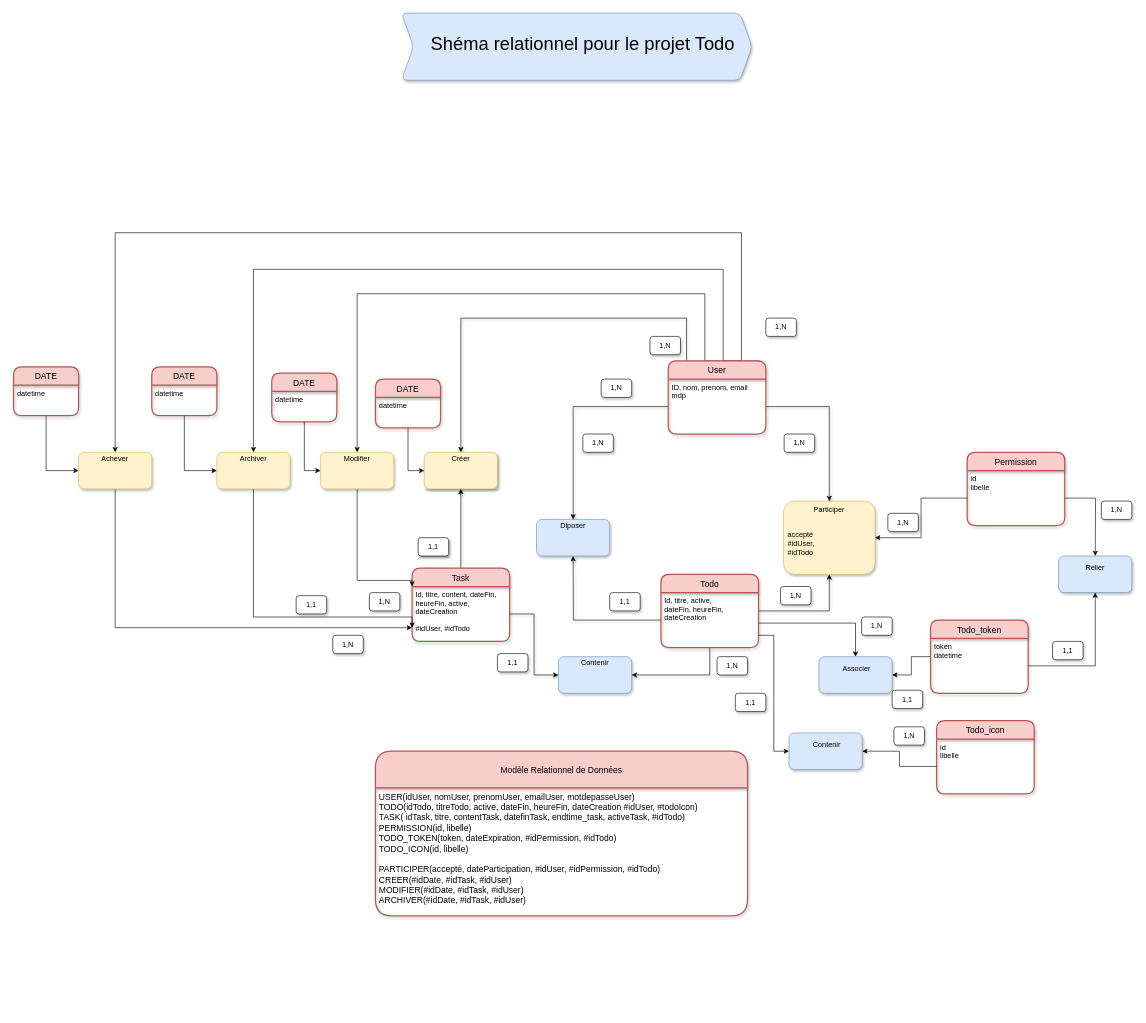
This is public/assets/todo_diagramBDD.drawio from BaptisteLecat/Todo, a draw.io file, before an edit. Source tidied: cells renumbered, new cells numbered last; positions are measured from the earlier drawing's top-left corner, leaving out a move shared by most shapes. Both pictures are drawn from the tidied source at 61%, with x=0, y=0 at pixel (13, 13).
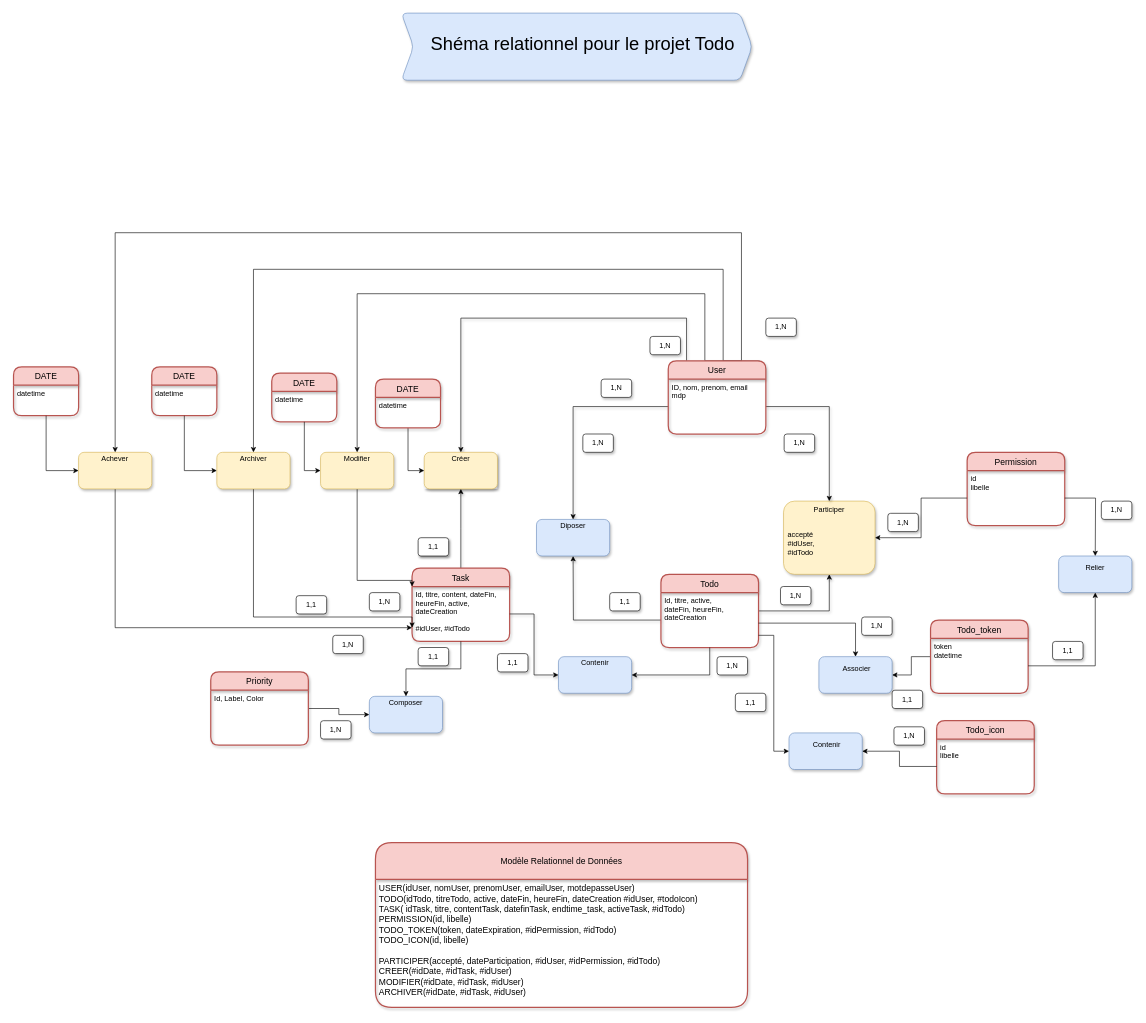
The same diagram, later.

Commit message (it also covers changes not shown here):
Ajout Attribut Priority

The change refers to these unchanged cells:
```xml
<mxCell id="31" value="Id, titre, content, dateFin,&#10;heureFin, active, &#10;dateCreation&#10;&#10;#idUser, #idTodo" style="align=left;strokeColor=none;fillColor=none;spacingLeft=4;fontSize=12;verticalAlign=top;shadow=1;" parent="30" vertex="1">
  <mxGeometry y="30" width="160" height="90" as="geometry" />
</mxCell>
```

Diff of the diagram source:
```diff
@@
     <mxCell id="57" value="Modèle Relationnel de Données" style="swimlane;horizontal=1;startSize=60;rounded=1;fontSize=14;fontStyle=0;strokeWidth=2;shadow=1;dashed=0;align=center;fillColor=#f8cecc;strokeColor=#b85450;swimlaneFillColor=none;sketch=0;" parent="1" vertex="1">
-      <mxGeometry x="593" y="1210" width="610" height="270" as="geometry" />
+      <mxGeometry x="593" y="1360" width="610" height="270" as="geometry" />
     </mxCell>
@@
+    <mxCell id="137" style="edgeStyle=orthogonalEdgeStyle;rounded=0;jettySize=auto;html=1;entryX=0;entryY=0.5;entryDx=0;entryDy=0;" parent="1" edge="1" source="138" target="141">
+      <mxGeometry relative="1" as="geometry" />
+    </mxCell>
+    <mxCell id="138" value="Priority" style="swimlane;horizontal=1;startSize=30;rounded=1;fontSize=14;fontStyle=0;strokeWidth=2;shadow=1;dashed=0;align=center;fillColor=#f8cecc;strokeColor=#b85450;" parent="1" vertex="1">
+      <mxGeometry x="323" y="1080" width="160" height="120" as="geometry" />
+    </mxCell>
+    <mxCell id="139" value="Id, Label, Color" style="align=left;strokeColor=none;fillColor=none;spacingLeft=4;fontSize=12;verticalAlign=top;shadow=1;" parent="138" vertex="1">
+      <mxGeometry y="30" width="160" height="90" as="geometry" />
+    </mxCell>
+    <mxCell id="140" style="group;shadow=1;" parent="1" vertex="1">
+      <mxGeometry x="583" y="1120" width="120" height="60" as="geometry" />
+    </mxCell>
+    <mxCell id="141" style="rounded=1;whiteSpace=wrap;html=1;fillColor=#dae8fc;strokeColor=#6c8ebf;shadow=1;" parent="140" vertex="1">
+      <mxGeometry width="120" height="60" as="geometry" />
+    </mxCell>
+    <mxCell id="142" value="Composer" style="text;html=1;strokeColor=none;fillColor=none;align=center;verticalAlign=middle;whiteSpace=wrap;rounded=0;shadow=1;" parent="140" vertex="1">
+      <mxGeometry x="40" width="40" height="20" as="geometry" />
+    </mxCell>
+    <mxCell id="143" style="edgeStyle=orthogonalEdgeStyle;rounded=0;jettySize=auto;html=1;entryX=0.5;entryY=0;entryDx=0;entryDy=0;" parent="1" edge="1" source="31" target="142">
+      <mxGeometry relative="1" as="geometry" />
+    </mxCell>
+    <mxCell id="144" style="group;shadow=1;" parent="1" vertex="1">
+      <mxGeometry x="663" y="1040" width="50" height="30" as="geometry" />
+    </mxCell>
+    <mxCell id="145" style="rounded=1;whiteSpace=wrap;html=1;shadow=1;" parent="144" vertex="1">
+      <mxGeometry width="50" height="30" as="geometry" />
+    </mxCell>
+    <mxCell id="146" value="1,1" style="text;html=1;strokeColor=none;fillColor=none;align=center;verticalAlign=middle;whiteSpace=wrap;rounded=0;shadow=1;" parent="144" vertex="1">
+      <mxGeometry x="5" y="5" width="40" height="20" as="geometry" />
+    </mxCell>
+    <mxCell id="147" style="group;shadow=1;" parent="1" vertex="1">
+      <mxGeometry x="503" y="1160" width="50" height="30" as="geometry" />
+    </mxCell>
+    <mxCell id="148" style="rounded=1;whiteSpace=wrap;html=1;shadow=1;" parent="147" vertex="1">
+      <mxGeometry width="50" height="30" as="geometry" />
+    </mxCell>
+    <mxCell id="149" value="1,N" style="text;html=1;strokeColor=none;fillColor=none;align=center;verticalAlign=middle;whiteSpace=wrap;rounded=0;shadow=1;" parent="147" vertex="1">
+      <mxGeometry x="5" y="5" width="40" height="20" as="geometry" />
+    </mxCell>
```
